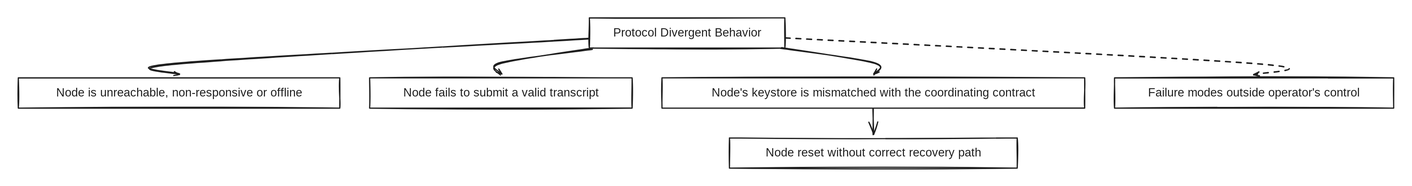
nucypher/taco-docs keeps this Excalidraw diagram as .gitbook/assets/file.excalidraw (1).svg. Above is the earlier version. Source tidied: one line per element, renumbered; positions are measured from the earlier drawing's top-left corner, leaving out a move shared by most shapes. Its diagram source:
```json
{"id": 0, "type": "rectangle", "strokeColor": "#1e1e1e", "strokeWidth": 2, "roughness": 1, "x": 956, "y": 0, "width": 327, "height": 51}
{"id": 1, "type": "rectangle", "strokeColor": "#1e1e1e", "strokeWidth": 2, "roughness": 1, "x": 0, "y": 101, "width": 538, "height": 51}
{"id": 2, "type": "rectangle", "strokeColor": "#1e1e1e", "strokeWidth": 2, "roughness": 1, "x": 588, "y": 101, "width": 440, "height": 51}
{"id": 3, "type": "rectangle", "strokeColor": "#1e1e1e", "strokeWidth": 2, "roughness": 1, "x": 1078, "y": 101, "width": 708, "height": 51}
{"id": 4, "type": "rectangle", "strokeColor": "#1e1e1e", "strokeWidth": 2, "roughness": 1, "x": 1191, "y": 201, "width": 482, "height": 51}
{"id": 5, "type": "rectangle", "strokeColor": "#1e1e1e", "strokeWidth": 2, "roughness": 1, "x": 1836, "y": 101, "width": 467, "height": 51}
{"id": 6, "type": "arrow", "strokeColor": "#1e1e1e", "strokeWidth": 2, "roughness": 1, "endArrowhead": "arrow", "round": true, "from": 0, "to": 1, "x": 956, "y": 36, "width": 687, "height": 60, "points": [[0, 0], [-687, 40], [-687, 59]]}
{"id": 7, "type": "arrow", "strokeColor": "#1e1e1e", "strokeWidth": 2, "roughness": 1, "endArrowhead": "arrow", "round": true, "from": 0, "to": 2, "x": 963, "y": 51, "width": 155, "height": 45, "points": [[0, 0], [-155, 24], [-155, 44]]}
{"id": 8, "type": "arrow", "strokeColor": "#1e1e1e", "strokeWidth": 2, "roughness": 1, "endArrowhead": "arrow", "round": true, "from": 0, "to": 3, "x": 1277, "y": 51, "width": 155, "height": 45, "points": [[0, 0], [155, 24], [155, 44]]}
{"id": 9, "type": "arrow", "strokeColor": "#1e1e1e", "strokeWidth": 2, "roughness": 1, "endArrowhead": "arrow", "round": true, "from": 3, "to": 4, "x": 1432, "y": 152, "width": 0, "height": 45, "points": [[0, 0], [0, 44]]}
{"id": 10, "type": "arrow", "strokeColor": "#1e1e1e", "strokeWidth": 2, "strokeStyle": "dashed", "roughness": 1, "endArrowhead": "arrow", "round": true, "from": 0, "to": 5, "x": 1284, "y": 35, "width": 786, "height": 61, "points": [[0, 0], [786, 41], [786, 60]]}
{"id": 11, "type": "text", "text": "Protocol Divergent Behavior", "strokeColor": "#1e1e1e", "strokeWidth": 2, "roughness": 1, "fontSize": 20, "fontFamily": 1, "textAlign": "center", "verticalAlign": "middle", "inside": 0, "x": 982, "y": 13, "width": 276, "height": 25}
{"id": 12, "type": "text", "text": "Node is unreachable, non-responsive or offline", "strokeColor": "#1e1e1e", "strokeWidth": 2, "roughness": 1, "fontSize": 20, "fontFamily": 1, "textAlign": "center", "verticalAlign": "middle", "inside": 1, "x": 47, "y": 114, "width": 445, "height": 25}
{"id": 13, "type": "text", "text": "Node fails to submit a valid transcript", "strokeColor": "#1e1e1e", "strokeWidth": 2, "roughness": 1, "fontSize": 20, "fontFamily": 1, "textAlign": "center", "verticalAlign": "middle", "inside": 2, "x": 614, "y": 114, "width": 389, "height": 25}
{"id": 14, "type": "text", "text": "Node's keystore is mismatched with the coordinating contract", "strokeColor": "#1e1e1e", "strokeWidth": 2, "roughness": 1, "fontSize": 20, "fontFamily": 1, "textAlign": "center", "verticalAlign": "middle", "inside": 3, "x": 1128, "y": 114, "width": 607, "height": 25}
{"id": 15, "type": "text", "text": "Node reset without correct recovery path", "strokeColor": "#1e1e1e", "strokeWidth": 2, "roughness": 1, "fontSize": 20, "fontFamily": 1, "textAlign": "center", "verticalAlign": "middle", "inside": 4, "x": 1224, "y": 214, "width": 415, "height": 25}
{"id": 16, "type": "text", "text": "Failure modes outside operator's control", "strokeColor": "#1e1e1e", "strokeWidth": 2, "roughness": 1, "fontSize": 20, "fontFamily": 1, "textAlign": "center", "verticalAlign": "middle", "inside": 5, "x": 1869, "y": 114, "width": 401, "height": 25}
```
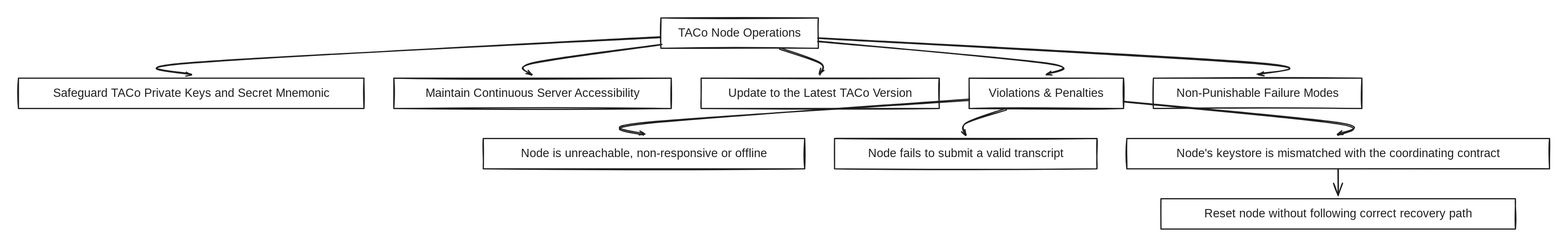
The same file after the commit.

Commit message:
GITBOOK-17: Use case cookbook template

Diff of the diagram source:
```diff
@@ -1,17 +1,29 @@
-{"id": 0, "type": "rectangle", "strokeColor": "#1e1e1e", "strokeWidth": 2, "roughness": 1, "x": 956, "y": 0, "width": 327, "height": 51}
-{"id": 1, "type": "rectangle", "strokeColor": "#1e1e1e", "strokeWidth": 2, "roughness": 1, "x": 0, "y": 101, "width": 538, "height": 51}
-{"id": 2, "type": "rectangle", "strokeColor": "#1e1e1e", "strokeWidth": 2, "roughness": 1, "x": 588, "y": 101, "width": 440, "height": 51}
-{"id": 3, "type": "rectangle", "strokeColor": "#1e1e1e", "strokeWidth": 2, "roughness": 1, "x": 1078, "y": 101, "width": 708, "height": 51}
-{"id": 4, "type": "rectangle", "strokeColor": "#1e1e1e", "strokeWidth": 2, "roughness": 1, "x": 1191, "y": 201, "width": 482, "height": 51}
-{"id": 5, "type": "rectangle", "strokeColor": "#1e1e1e", "strokeWidth": 2, "roughness": 1, "x": 1836, "y": 101, "width": 467, "height": 51}
-{"id": 6, "type": "arrow", "strokeColor": "#1e1e1e", "strokeWidth": 2, "roughness": 1, "endArrowhead": "arrow", "round": true, "from": 0, "to": 1, "x": 956, "y": 36, "width": 687, "height": 60, "points": [[0, 0], [-687, 40], [-687, 59]]}
-{"id": 7, "type": "arrow", "strokeColor": "#1e1e1e", "strokeWidth": 2, "roughness": 1, "endArrowhead": "arrow", "round": true, "from": 0, "to": 2, "x": 963, "y": 51, "width": 155, "height": 45, "points": [[0, 0], [-155, 24], [-155, 44]]}
-{"id": 8, "type": "arrow", "strokeColor": "#1e1e1e", "strokeWidth": 2, "roughness": 1, "endArrowhead": "arrow", "round": true, "from": 0, "to": 3, "x": 1277, "y": 51, "width": 155, "height": 45, "points": [[0, 0], [155, 24], [155, 44]]}
-{"id": 9, "type": "arrow", "strokeColor": "#1e1e1e", "strokeWidth": 2, "roughness": 1, "endArrowhead": "arrow", "round": true, "from": 3, "to": 4, "x": 1432, "y": 152, "width": 0, "height": 45, "points": [[0, 0], [0, 44]]}
-{"id": 10, "type": "arrow", "strokeColor": "#1e1e1e", "strokeWidth": 2, "strokeStyle": "dashed", "roughness": 1, "endArrowhead": "arrow", "round": true, "from": 0, "to": 5, "x": 1284, "y": 35, "width": 786, "height": 61, "points": [[0, 0], [786, 41], [786, 60]]}
-{"id": 11, "type": "text", "text": "Protocol Divergent Behavior", "strokeColor": "#1e1e1e", "strokeWidth": 2, "roughness": 1, "fontSize": 20, "fontFamily": 1, "textAlign": "center", "verticalAlign": "middle", "inside": 0, "x": 982, "y": 13, "width": 276, "height": 25}
+{"id": 17, "type": "rectangle", "strokeColor": "#1e1e1e", "strokeWidth": 2, "roughness": 1, "x": 1076, "y": 0, "width": 264, "height": 51}
+{"id": 18, "type": "rectangle", "strokeColor": "#1e1e1e", "strokeWidth": 2, "roughness": 1, "x": 0, "y": 101, "width": 579, "height": 51}
+{"id": 19, "type": "rectangle", "strokeColor": "#1e1e1e", "strokeWidth": 2, "roughness": 1, "x": 629, "y": 101, "width": 465, "height": 51}
+{"id": 20, "type": "rectangle", "strokeColor": "#1e1e1e", "strokeWidth": 2, "roughness": 1, "x": 1143, "y": 101, "width": 399, "height": 51}
+{"id": 21, "type": "rectangle", "strokeColor": "#1e1e1e", "strokeWidth": 2, "roughness": 1, "x": 1592, "y": 101, "width": 259, "height": 51}
+{"id": 22, "type": "rectangle", "strokeColor": "#1e1e1e", "strokeWidth": 2, "roughness": 1, "x": 778, "y": 201, "width": 538, "height": 51}
+{"id": 23, "type": "rectangle", "strokeColor": "#1e1e1e", "strokeWidth": 2, "roughness": 1, "x": 1367, "y": 201, "width": 440, "height": 51}
+{"id": 24, "type": "rectangle", "strokeColor": "#1e1e1e", "strokeWidth": 2, "roughness": 1, "x": 1856, "y": 201, "width": 708, "height": 51}
+{"id": 25, "type": "rectangle", "strokeColor": "#1e1e1e", "strokeWidth": 2, "roughness": 1, "x": 1913, "y": 302, "width": 594, "height": 51}
+{"id": 26, "type": "rectangle", "strokeColor": "#1e1e1e", "strokeWidth": 2, "roughness": 1, "x": 1901, "y": 101, "width": 349, "height": 51}
+{"id": 27, "type": "arrow", "strokeColor": "#1e1e1e", "strokeWidth": 2, "roughness": 1, "endArrowhead": "arrow", "round": true, "from": 17, "to": 18, "x": 1076, "y": 33, "width": 787, "height": 63, "points": [[0, 0], [-787, 43], [-787, 62]]}
+{"id": 28, "type": "arrow", "strokeColor": "#1e1e1e", "strokeWidth": 2, "roughness": 1, "endArrowhead": "arrow", "round": true, "from": 17, "to": 19, "x": 1076, "y": 45, "width": 215, "height": 51, "points": [[0, 0], [-215, 31], [-215, 50]]}
+{"id": 29, "type": "arrow", "strokeColor": "#1e1e1e", "strokeWidth": 2, "roughness": 1, "endArrowhead": "arrow", "round": true, "from": 17, "to": 20, "x": 1276, "y": 51, "width": 67, "height": 45, "points": [[0, 0], [67, 24], [67, 44]]}
+{"id": 30, "type": "arrow", "strokeColor": "#1e1e1e", "strokeWidth": 2, "roughness": 1, "endArrowhead": "arrow", "round": true, "from": 17, "to": 21, "x": 1340, "y": 39, "width": 382, "height": 57, "points": [[0, 0], [382, 37], [382, 56]]}
+{"id": 31, "type": "arrow", "strokeColor": "#1e1e1e", "strokeWidth": 2, "roughness": 1, "endArrowhead": "arrow", "round": true, "from": 21, "to": 22, "x": 1592, "y": 136, "width": 544, "height": 60, "points": [[0, 0], [-544, 40], [-544, 59]]}
+{"id": 32, "type": "arrow", "strokeColor": "#1e1e1e", "strokeWidth": 2, "roughness": 1, "endArrowhead": "arrow", "round": true, "from": 21, "to": 23, "x": 1653, "y": 152, "width": 67, "height": 45, "points": [[0, 0], [-67, 24], [-67, 44]]}
+{"id": 33, "type": "arrow", "strokeColor": "#1e1e1e", "strokeWidth": 2, "roughness": 1, "endArrowhead": "arrow", "round": true, "from": 21, "to": 24, "x": 1851, "y": 140, "width": 359, "height": 57, "points": [[0, 0], [359, 37], [359, 56]]}
+{"id": 34, "type": "arrow", "strokeColor": "#1e1e1e", "strokeWidth": 2, "roughness": 1, "endArrowhead": "arrow", "round": true, "from": 24, "to": 25, "x": 2210, "y": 253, "width": 0, "height": 45, "points": [[0, 0], [0, 44]]}
+{"id": 35, "type": "arrow", "strokeColor": "#1e1e1e", "strokeWidth": 2, "roughness": 1, "endArrowhead": "arrow", "round": true, "from": 17, "to": 26, "x": 1340, "y": 34, "width": 736, "height": 62, "points": [[0, 0], [736, 42], [736, 61]]}
+{"id": 36, "type": "text", "text": "TACo Node Operations", "strokeColor": "#1e1e1e", "strokeWidth": 2, "roughness": 1, "fontSize": 20, "fontFamily": 1, "textAlign": "center", "verticalAlign": "middle", "inside": 17, "x": 1113, "y": 13, "width": 189, "height": 25}
+{"id": 37, "type": "text", "text": "Safeguard TACo Private Keys and Secret Mnemonic", "strokeColor": "#1e1e1e", "strokeWidth": 2, "roughness": 1, "fontSize": 20, "fontFamily": 1, "textAlign": "center", "verticalAlign": "middle", "inside": 18, "x": 78, "y": 114, "width": 423, "height": 25}
+{"id": 38, "type": "text", "text": "Maintain Continuous Server Accessibility", "strokeColor": "#1e1e1e", "strokeWidth": 2, "roughness": 1, "fontSize": 20, "fontFamily": 1, "textAlign": "center", "verticalAlign": "middle", "inside": 19, "x": 693, "y": 114, "width": 336, "height": 25}
+{"id": 39, "type": "text", "text": "Update to the Latest TACo Version", "strokeColor": "#1e1e1e", "strokeWidth": 2, "roughness": 1, "fontSize": 20, "fontFamily": 1, "textAlign": "center", "verticalAlign": "middle", "inside": 20, "x": 1202, "y": 114, "width": 281, "height": 25}
+{"id": 40, "type": "text", "text": "Violations & Penalties", "strokeColor": "#1e1e1e", "strokeWidth": 2, "roughness": 1, "fontSize": 20, "fontFamily": 1, "textAlign": "center", "verticalAlign": "middle", "inside": 21, "x": 1631, "y": 114, "width": 180, "height": 25}
-{"id": 12, "type": "text", "text": "Node is unreachable, non-responsive or offline", "strokeColor": "#1e1e1e", "strokeWidth": 2, "roughness": 1, "fontSize": 20, "fontFamily": 1, "textAlign": "center", "verticalAlign": "middle", "inside": 1, "x": 47, "y": 114, "width": 445, "height": 25}
+{"id": 12, "type": "text", "text": "Node is unreachable, non-responsive or offline", "strokeColor": "#1e1e1e", "strokeWidth": 2, "roughness": 1, "fontSize": 20, "fontFamily": 1, "textAlign": "center", "verticalAlign": "middle", "inside": 22, "x": 860, "y": 214, "width": 374, "height": 25}
-{"id": 13, "type": "text", "text": "Node fails to submit a valid transcript", "strokeColor": "#1e1e1e", "strokeWidth": 2, "roughness": 1, "fontSize": 20, "fontFamily": 1, "textAlign": "center", "verticalAlign": "middle", "inside": 2, "x": 614, "y": 114, "width": 389, "height": 25}
+{"id": 13, "type": "text", "text": "Node fails to submit a valid transcript", "strokeColor": "#1e1e1e", "strokeWidth": 2, "roughness": 1, "fontSize": 20, "fontFamily": 1, "textAlign": "center", "verticalAlign": "middle", "inside": 23, "x": 1435, "y": 214, "width": 302, "height": 25}
-{"id": 14, "type": "text", "text": "Node's keystore is mismatched with the coordinating contract", "strokeColor": "#1e1e1e", "strokeWidth": 2, "roughness": 1, "fontSize": 20, "fontFamily": 1, "textAlign": "center", "verticalAlign": "middle", "inside": 3, "x": 1128, "y": 114, "width": 607, "height": 25}
+{"id": 14, "type": "text", "text": "Node's keystore is mismatched with the coordinating contract", "strokeColor": "#1e1e1e", "strokeWidth": 2, "roughness": 1, "fontSize": 20, "fontFamily": 1, "textAlign": "center", "verticalAlign": "middle", "inside": 24, "x": 1964, "y": 214, "width": 493, "height": 25}
-{"id": 15, "type": "text", "text": "Node reset without correct recovery path", "strokeColor": "#1e1e1e", "strokeWidth": 2, "roughness": 1, "fontSize": 20, "fontFamily": 1, "textAlign": "center", "verticalAlign": "middle", "inside": 4, "x": 1224, "y": 214, "width": 415, "height": 25}
-{"id": 16, "type": "text", "text": "Failure modes outside operator's control", "strokeColor": "#1e1e1e", "strokeWidth": 2, "roughness": 1, "fontSize": 20, "fontFamily": 1, "textAlign": "center", "verticalAlign": "middle", "inside": 5, "x": 1869, "y": 114, "width": 401, "height": 25}
+{"id": 41, "type": "text", "text": "Reset node without following correct recovery path", "strokeColor": "#1e1e1e", "strokeWidth": 2, "roughness": 1, "fontSize": 20, "fontFamily": 1, "textAlign": "center", "verticalAlign": "middle", "inside": 25, "x": 2004, "y": 315, "width": 412, "height": 25}
+{"id": 42, "type": "text", "text": "Non-Punishable Failure Modes", "strokeColor": "#1e1e1e", "strokeWidth": 2, "roughness": 1, "fontSize": 20, "fontFamily": 1, "textAlign": "center", "verticalAlign": "middle", "inside": 26, "x": 1950, "y": 114, "width": 250, "height": 25}
```
